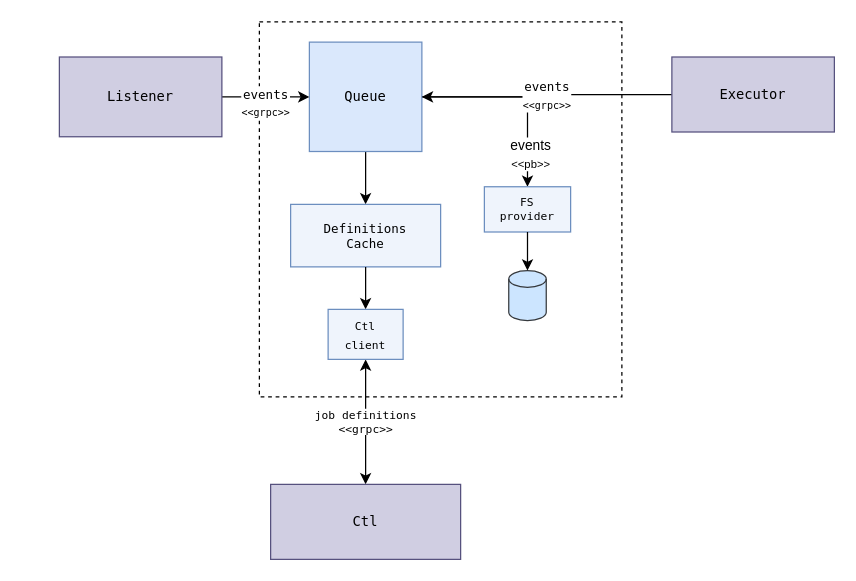
Above: page "Queue" (10 of 14) of docs/Jobico.drawio in andrescosta/jobico-fn (draw.io), before the change. Source tidied: cells renumbered, new cells numbered last; positions are measured from the earlier drawing's top-left corner, leaving out a move shared by most shapes. Both pictures are drawn from the tidied source at 125%, with x=0, y=0 at pixel (59, 21).
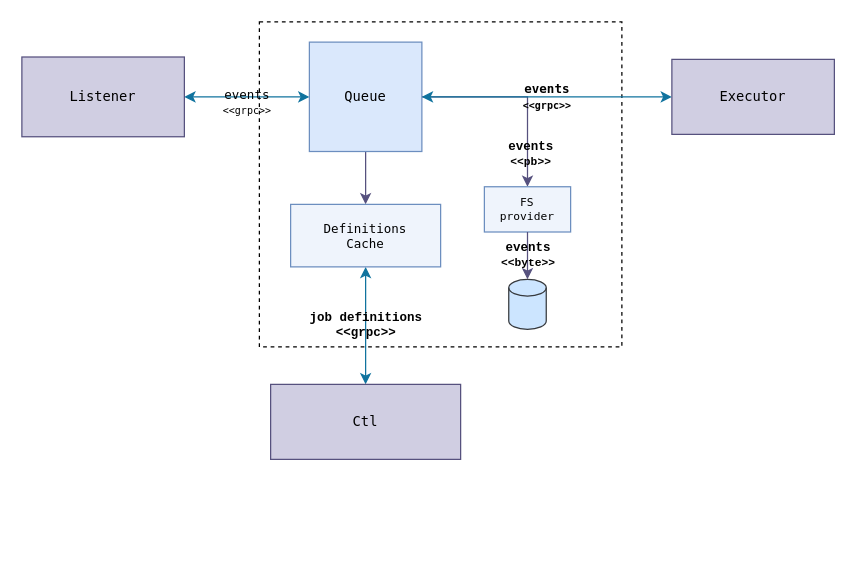
Above is the later version.

The change refers to these unchanged cells:
```xml
<mxCell id="6" value="Queue" style="rounded=0;whiteSpace=wrap;html=1;labelBackgroundColor=none;fillColor=#dae8fc;strokeColor=#6c8ebf;fontFamily=Lucida Console;fontSize=11;" parent="1" vertex="1">
  <mxGeometry x="200" y="16.2" width="90" height="87.5" as="geometry" />
</mxCell>
<mxCell id="9" value="Definitions &lt;br style=&quot;font-size: 10px;&quot;&gt;Cache" style="rounded=0;whiteSpace=wrap;html=1;fillColor=#EFF4FC;strokeColor=#6c8ebf;align=center;verticalAlign=middle;fontFamily=Lucida Console;fontSize=10;fontColor=default;labelBackgroundColor=none;" parent="1" vertex="1">
  <mxGeometry x="185" y="146" width="120" height="50" as="geometry" />
</mxCell>
<mxCell id="17" value="FS &lt;br style=&quot;font-size: 9px;&quot;&gt;provider" style="rounded=0;whiteSpace=wrap;html=1;fontFamily=Lucida Console;fontSize=9;strokeColor=#6c8ebf;align=center;verticalAlign=middle;fontColor=default;labelBackgroundColor=none;fillColor=#EFF4FC;" parent="1" vertex="1">
  <mxGeometry x="340" y="131.9" width="69" height="36.2" as="geometry" />
</mxCell>
```

Diff of the diagram source:
```diff
@@
     <mxCell id="2" style="rounded=0;whiteSpace=wrap;html=1;dashed=1;" parent="1" vertex="1">
-      <mxGeometry x="160" width="290" height="300" as="geometry" />
+      <mxGeometry x="160" width="290" height="260" as="geometry" />
     </mxCell>
-    <mxCell id="3" style="edgeStyle=orthogonalEdgeStyle;jettySize=auto;html=1;" parent="1" edge="1" source="6" target="9">
+    <mxCell id="3" style="edgeStyle=orthogonalEdgeStyle;jettySize=auto;html=1;rounded=0;strokeColor=#56517e;align=center;verticalAlign=middle;fontFamily=Courier New;fontSize=10;fontColor=default;fontStyle=1;labelBackgroundColor=none;endArrow=classic;fillColor=#d0cee2;" parent="1" edge="1" source="6" target="9">
       <mxGeometry relative="1" as="geometry" />
     </mxCell>
-    <mxCell id="4" style="edgeStyle=orthogonalEdgeStyle;jettySize=auto;html=1;rounded=0;curved=0;" parent="1" edge="1" source="6" target="17">
+    <mxCell id="4" style="edgeStyle=orthogonalEdgeStyle;jettySize=auto;html=1;rounded=0;curved=0;strokeColor=#56517e;align=center;verticalAlign=middle;fontFamily=Courier New;fontSize=10;fontColor=default;fontStyle=1;labelBackgroundColor=none;endArrow=classic;fillColor=#d0cee2;" parent="1" edge="1" source="6" target="17">
       <mxGeometry relative="1" as="geometry" />
     </mxCell>
-    <mxCell id="5" value="events&lt;br&gt;&lt;font style=&quot;font-size: 9px;&quot;&gt;&amp;lt;&amp;lt;pb&amp;gt;&amp;gt;&lt;/font&gt;" style="edgeLabel;html=1;align=center;verticalAlign=middle;" parent="4" vertex="1">
+    <mxCell id="5" value="events&lt;br&gt;&lt;font style=&quot;font-size: 9px;&quot;&gt;&amp;lt;&amp;lt;pb&amp;gt;&amp;gt;&lt;/font&gt;" style="edgeLabel;html=1;align=center;verticalAlign=middle;fontStyle=1;rounded=0;strokeColor=#56517e;fontFamily=Courier New;fontSize=10;fontColor=default;labelBackgroundColor=none;fillColor=#d0cee2;" parent="4" vertex="1">
       <mxGeometry x="0.66" y="2" relative="1" as="geometry" />
     </mxCell>
@@
-    <mxCell id="7" value="&lt;font style=&quot;&quot; face=&quot;Lucida Console&quot;&gt;&lt;font size=&quot;1&quot; style=&quot;&quot;&gt;events&lt;br&gt;&lt;/font&gt;&lt;font style=&quot;font-size: 8px;&quot;&gt;&amp;lt;&amp;lt;grpc&amp;gt;&amp;gt;&lt;/font&gt;&lt;/font&gt;" style="edgeStyle=orthogonalEdgeStyle;jettySize=auto;html=1;rounded=0;curved=0;endArrow=none;endFill=0;startArrow=classic;startFill=1;" parent="1" edge="1" source="6" target="14">
+    <mxCell id="7" value="&lt;font face=&quot;Lucida Console&quot; style=&quot;&quot;&gt;&lt;font style=&quot;&quot; size=&quot;1&quot;&gt;events&lt;br&gt;&lt;/font&gt;&lt;font style=&quot;font-size: 8px;&quot;&gt;&amp;lt;&amp;lt;grpc&amp;gt;&amp;gt;&lt;/font&gt;&lt;/font&gt;" style="edgeStyle=orthogonalEdgeStyle;jettySize=auto;html=1;rounded=0;curved=0;endArrow=classic;endFill=1;startArrow=classic;startFill=1;strokeColor=#10739e;align=center;verticalAlign=middle;fontFamily=Courier New;fontSize=10;fontColor=default;fontStyle=1;labelBackgroundColor=none;fillColor=#b1ddf0;" parent="1" edge="1" source="6" target="14">
       <mxGeometry relative="1" as="geometry" />
     </mxCell>
-    <mxCell id="8" value="job definitions&lt;br style=&quot;font-size: 9px;&quot;&gt;&amp;lt;&amp;lt;grpc&amp;gt;&amp;gt;" style="edgeStyle=orthogonalEdgeStyle;jettySize=auto;html=1;startArrow=classic;startFill=1;fontFamily=Lucida Console;fontSize=9;" parent="1" edge="1" source="16" target="10">
+    <mxCell id="8" value="job definitions&lt;br style=&quot;font-size: 9px;&quot;&gt;&amp;lt;&amp;lt;grpc&amp;gt;&amp;gt;" style="edgeStyle=orthogonalEdgeStyle;jettySize=auto;html=1;startArrow=classic;startFill=1;fontFamily=Courier New;fontSize=10;rounded=0;strokeColor=#10739e;align=center;verticalAlign=middle;fontColor=default;fontStyle=1;labelBackgroundColor=none;endArrow=classic;endFill=1;fillColor=#b1ddf0;" parent="1" edge="1" source="9" target="10">
       <mxGeometry relative="1" as="geometry" />
     </mxCell>
@@
     <mxCell id="10" value="Ctl" style="rounded=0;whiteSpace=wrap;html=1;labelBackgroundColor=none;fillColor=#d0cee2;strokeColor=#56517e;fontFamily=Lucida Console;fontSize=11;" parent="1" vertex="1">
-      <mxGeometry x="169" y="370" width="152" height="60" as="geometry" />
+      <mxGeometry x="169" y="290" width="152" height="60" as="geometry" />
     </mxCell>
-    <mxCell id="11" style="edgeStyle=orthogonalEdgeStyle;jettySize=auto;html=1;" parent="1" edge="1" source="13" target="6">
+    <mxCell id="11" style="edgeStyle=orthogonalEdgeStyle;jettySize=auto;html=1;rounded=0;strokeColor=#10739e;align=center;verticalAlign=middle;fontFamily=Courier New;fontSize=10;fontColor=default;fontStyle=0;labelBackgroundColor=none;startArrow=classic;startFill=1;endArrow=classic;endFill=1;fillColor=#b1ddf0;" parent="1" edge="1" source="13" target="6">
       <mxGeometry relative="1" as="geometry" />
     </mxCell>
-    <mxCell id="12" value="&lt;font style=&quot;border-color: var(--border-color); font-family: &amp;quot;Lucida Console&amp;quot;;&quot; size=&quot;1&quot;&gt;events&lt;br style=&quot;border-color: var(--border-color);&quot;&gt;&lt;/font&gt;&lt;font style=&quot;border-color: var(--border-color); font-family: &amp;quot;Lucida Console&amp;quot;; font-size: 8px;&quot;&gt;&amp;lt;&amp;lt;grpc&amp;gt;&amp;gt;&lt;/font&gt;" style="edgeLabel;html=1;align=center;verticalAlign=middle;" parent="11" vertex="1">
+    <mxCell id="12" value="&lt;font style=&quot;border-color: var(--border-color); font-family: &amp;quot;Lucida Console&amp;quot;;&quot; size=&quot;1&quot;&gt;events&lt;br style=&quot;border-color: var(--border-color);&quot;&gt;&lt;/font&gt;&lt;font style=&quot;border-color: var(--border-color); font-family: &amp;quot;Lucida Console&amp;quot;; font-size: 8px;&quot;&gt;&amp;lt;&amp;lt;grpc&amp;gt;&amp;gt;&lt;/font&gt;" style="edgeLabel;html=1;align=center;verticalAlign=middle;rounded=0;strokeColor=#10739e;fontFamily=Courier New;fontSize=10;fontColor=default;fontStyle=0;labelBackgroundColor=none;fillColor=#b1ddf0;" parent="11" vertex="1">
       <mxGeometry y="-4" relative="1" as="geometry">
         <mxPoint x="-1" as="offset" />
       </mxGeometry>
     </mxCell>
     <mxCell id="13" value="Listener" style="rounded=0;whiteSpace=wrap;html=1;labelBackgroundColor=none;fillColor=#d0cee2;strokeColor=#56517e;fontFamily=Lucida Console;fontSize=11;" parent="1" vertex="1">
-      <mxGeometry y="28.1" width="130" height="63.8" as="geometry" />
+      <mxGeometry x="-30" y="28.1" width="130" height="63.8" as="geometry" />
     </mxCell>
     <mxCell id="14" value="Executor" style="rounded=0;whiteSpace=wrap;html=1;labelBackgroundColor=none;fillColor=#d0cee2;strokeColor=#56517e;fontFamily=Lucida Console;fontSize=11;" parent="1" vertex="1">
-      <mxGeometry x="490" y="28.1" width="130" height="60" as="geometry" />
+      <mxGeometry x="490" y="30" width="130" height="60" as="geometry" />
     </mxCell>
-    <mxCell id="15" style="edgeStyle=orthogonalEdgeStyle;jettySize=auto;html=1;startArrow=none;startFill=0;fontFamily=Lucida Console;fontSize=9;" parent="1" edge="1" source="9" target="16">
-      <mxGeometry relative="1" as="geometry" />
-    </mxCell>
-    <mxCell id="16" value="&lt;font style=&quot;font-size: 9px;&quot; face=&quot;Lucida Console&quot;&gt;Ctl&lt;br&gt;client&lt;/font&gt;" style="rounded=0;whiteSpace=wrap;html=1;fillColor=#EFF4FC;strokeColor=#6c8ebf;align=center;verticalAlign=middle;fontFamily=Helvetica;fontSize=12;fontColor=default;labelBackgroundColor=none;" parent="1" vertex="1">
-      <mxGeometry x="215" y="230" width="60" height="40" as="geometry" />
-    </mxCell>
@@
     <mxCell id="18" style="strokeWidth=1;html=1;shape=mxgraph.flowchart.database;whiteSpace=wrap;fillColor=#cce5ff;strokeColor=#36393d;" parent="1" vertex="1">
-      <mxGeometry x="359.5" y="199" width="30" height="40" as="geometry" />
+      <mxGeometry x="359.5" y="206" width="30" height="40" as="geometry" />
     </mxCell>
-    <mxCell id="19" style="edgeStyle=orthogonalEdgeStyle;jettySize=auto;html=1;entryX=0.5;entryY=0;entryDx=0;entryDy=0;entryPerimeter=0;rounded=0;curved=0;" parent="1" edge="1" source="17" target="18">
+    <mxCell id="19" value="events&lt;br style=&quot;border-color: var(--border-color);&quot;&gt;&lt;font style=&quot;border-color: var(--border-color); font-size: 9px;&quot;&gt;&amp;lt;&amp;lt;byte&amp;gt;&amp;gt;&lt;/font&gt;" style="edgeStyle=orthogonalEdgeStyle;jettySize=auto;html=1;entryX=0.5;entryY=0;entryDx=0;entryDy=0;entryPerimeter=0;rounded=0;curved=0;strokeColor=#56517e;align=center;verticalAlign=middle;fontFamily=Courier New;fontSize=10;fontColor=default;fontStyle=1;labelBackgroundColor=none;endArrow=classic;fillColor=#d0cee2;" parent="1" edge="1" source="17" target="18">
       <mxGeometry relative="1" as="geometry" />
     </mxCell>
```
